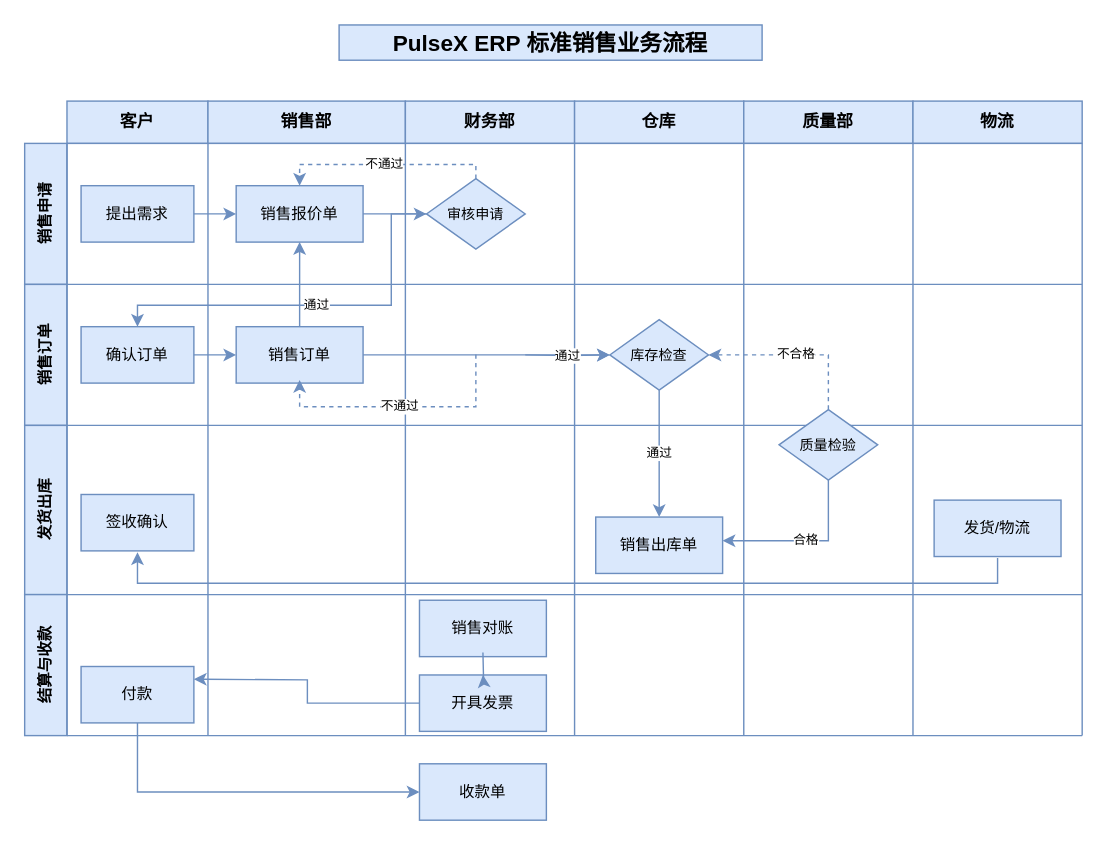
Davidcircle/first_code keeps this draw.io diagram as 标准采购流程.drawio. Above is the earlier version. Source tidied: cells renumbered, new cells numbered last; positions are measured from the earlier drawing's top-left corner, leaving out a move shared by most shapes. Both pictures are drawn from the tidied source at 141%, with x=0, y=0 at pixel (24, 24).
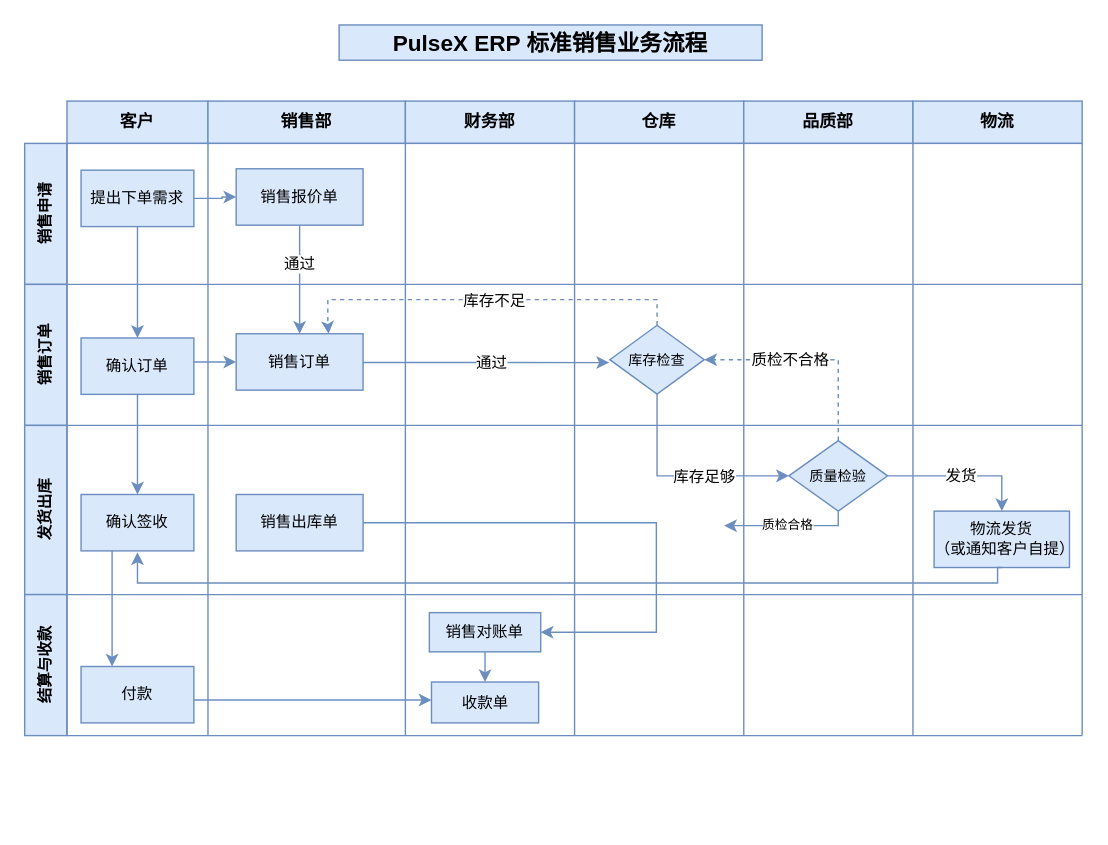
Above is the later version.

Commit message:
更新标准采购流程.drawio

The change refers to these unchanged cells:
```xml
<mxCell id="38" value="付款" style="rounded=0;whiteSpace=wrap;html=1;fillColor=#dae8fc;strokeColor=#6c8ebf;fontSize=11;" parent="1" vertex="1">
  <mxGeometry x="40" y="455.2" width="80" height="40" as="geometry" />
</mxCell>
```

Diff of the diagram source:
```diff
@@
-    <mxCell id="7" value="质量部" style="rounded=0;whiteSpace=wrap;html=1;fillColor=#dae8fc;strokeColor=#6c8ebf;fontSize=12;fontStyle=1;" parent="1" vertex="1">
+    <mxCell id="7" value="品质部" style="rounded=0;whiteSpace=wrap;html=1;fillColor=#dae8fc;strokeColor=#6c8ebf;fontSize=12;fontStyle=1;" parent="1" vertex="1">
       <mxGeometry x="510" y="54.2" width="120" height="30" as="geometry" />
     </mxCell>
@@
+    <mxCell id="55" style="edgeStyle=orthogonalEdgeStyle;rounded=0;jettySize=auto;html=1;entryX=0.5;entryY=0;entryDx=0;entryDy=0;fillColor=#dae8fc;strokeColor=#6c8ebf;" parent="1" edge="1" source="25" target="28">
+      <mxGeometry relative="1" as="geometry" />
+    </mxCell>
-    <mxCell id="25" value="提出需求" style="rounded=0;whiteSpace=wrap;html=1;fillColor=#dae8fc;strokeColor=#6c8ebf;fontSize=11;" parent="1" vertex="1">
-      <mxGeometry x="40" y="114.2" width="80" height="40" as="geometry" />
+    <mxCell id="25" value="提出下单需求" style="rounded=0;whiteSpace=wrap;html=1;fillColor=#dae8fc;strokeColor=#6c8ebf;fontSize=11;" parent="1" vertex="1">
+      <mxGeometry x="40" y="103.2" width="80" height="40" as="geometry" />
     </mxCell>
+    <mxCell id="56" style="edgeStyle=orthogonalEdgeStyle;rounded=0;jettySize=auto;html=1;entryX=0.5;entryY=0;entryDx=0;entryDy=0;fillColor=#dae8fc;strokeColor=#6c8ebf;" parent="1" edge="1" source="26" target="30">
+      <mxGeometry relative="1" as="geometry" />
+    </mxCell>
+    <mxCell id="57" value="通过" style="edgeLabel;html=1;align=center;verticalAlign=middle;" parent="56" vertex="1">
+      <mxGeometry x="-0.29" y="-1" relative="1" as="geometry" />
+    </mxCell>
     <mxCell id="26" value="销售报价单" style="rounded=0;whiteSpace=wrap;html=1;fillColor=#dae8fc;strokeColor=#6c8ebf;fontSize=11;" parent="1" vertex="1">
-      <mxGeometry x="150" y="114.2" width="90" height="40" as="geometry" />
+      <mxGeometry x="150" y="102.2" width="90" height="40" as="geometry" />
     </mxCell>
-    <mxCell id="27" value="审核申请" style="rhombus;whiteSpace=wrap;html=1;fillColor=#dae8fc;strokeColor=#6c8ebf;fontSize=10;" parent="1" vertex="1">
-      <mxGeometry x="285" y="109.2" width="70" height="50" as="geometry" />
-    </mxCell>
+    <mxCell id="58" style="edgeStyle=orthogonalEdgeStyle;rounded=0;jettySize=auto;html=1;fillColor=#dae8fc;strokeColor=#6c8ebf;" parent="1" edge="1" source="28" target="35">
+      <mxGeometry relative="1" as="geometry" />
+    </mxCell>
     <mxCell id="28" value="确认订单" style="rounded=0;whiteSpace=wrap;html=1;fillColor=#dae8fc;strokeColor=#6c8ebf;fontSize=11;" parent="1" vertex="1">
-      <mxGeometry x="40" y="214.2" width="80" height="40" as="geometry" />
+      <mxGeometry x="40" y="222.2" width="80" height="40" as="geometry" />
     </mxCell>
-    <mxCell id="29" style="edgeStyle=orthogonalEdgeStyle;rounded=0;jettySize=auto;html=1;fillColor=#dae8fc;strokeColor=#6c8ebf;" parent="1" edge="1" source="30" target="26">
-      <mxGeometry relative="1" as="geometry" />
-    </mxCell>
     <mxCell id="30" value="销售订单" style="rounded=0;whiteSpace=wrap;html=1;fillColor=#dae8fc;strokeColor=#6c8ebf;fontSize=11;" parent="1" vertex="1">
-      <mxGeometry x="150" y="214.2" width="90" height="40" as="geometry" />
+      <mxGeometry x="150" y="219.2" width="90" height="40" as="geometry" />
     </mxCell>
+    <mxCell id="59" style="edgeStyle=orthogonalEdgeStyle;rounded=0;jettySize=auto;html=1;dashed=1;fillColor=#dae8fc;strokeColor=#6c8ebf;entryX=0.75;entryY=0;entryDx=0;entryDy=0;exitX=0.5;exitY=0;exitDx=0;exitDy=0;" parent="1" edge="1" source="31">
+      <mxGeometry relative="1" as="geometry">
+        <mxPoint x="215.5" y="219.2" as="targetPoint" />
+        <Array as="points">
+          <mxPoint x="449" y="195" />
+          <mxPoint x="215" y="195" />
+          <mxPoint x="215" y="213" />
+          <mxPoint x="216" y="213" />
+        </Array>
+      </mxGeometry>
+    </mxCell>
+    <mxCell id="60" value="库存不足" style="edgeLabel;html=1;align=center;verticalAlign=middle;" parent="59" vertex="1">
+      <mxGeometry x="-0.27" y="2" relative="1" as="geometry">
+        <mxPoint x="-33" y="-2" as="offset" />
+      </mxGeometry>
+    </mxCell>
     <mxCell id="31" value="库存检查" style="rhombus;whiteSpace=wrap;html=1;fillColor=#dae8fc;strokeColor=#6c8ebf;fontSize=10;" parent="1" vertex="1">
-      <mxGeometry x="415" y="209.2" width="70" height="50" as="geometry" />
+      <mxGeometry x="415" y="213.2" width="67" height="48.8" as="geometry" />
     </mxCell>
+    <mxCell id="49" style="edgeStyle=orthogonalEdgeStyle;rounded=0;jettySize=auto;html=1;entryX=1;entryY=0.5;entryDx=0;entryDy=0;dashed=1;fillColor=#dae8fc;strokeColor=#6c8ebf;exitX=0.5;exitY=0;exitDx=0;exitDy=0;" parent="1" edge="1" source="32" target="31">
+      <mxGeometry relative="1" as="geometry">
+        <Array as="points">
+          <mxPoint x="577" y="238" />
+        </Array>
+      </mxGeometry>
+    </mxCell>
+    <mxCell id="61" value="质检不合格" style="edgeLabel;html=1;align=center;verticalAlign=middle;" parent="49" vertex="1">
+      <mxGeometry x="0.08" y="-4" relative="1" as="geometry">
+        <mxPoint x="-10" y="4" as="offset" />
+      </mxGeometry>
+    </mxCell>
+    <mxCell id="62" style="edgeStyle=orthogonalEdgeStyle;rounded=0;jettySize=auto;html=1;entryX=0.5;entryY=0;entryDx=0;entryDy=0;fillColor=#dae8fc;strokeColor=#6c8ebf;" parent="1" edge="1" source="32" target="34">
+      <mxGeometry relative="1" as="geometry" />
+    </mxCell>
+    <mxCell id="63" value="发货" style="edgeLabel;html=1;align=center;verticalAlign=middle;" parent="62" vertex="1">
+      <mxGeometry x="-0.04" y="1" relative="1" as="geometry" />
+    </mxCell>
     <mxCell id="32" value="质量检验" style="rhombus;whiteSpace=wrap;html=1;fillColor=#dae8fc;strokeColor=#6c8ebf;fontSize=10;" parent="1" vertex="1">
-      <mxGeometry x="535" y="273" width="70" height="50" as="geometry" />
+      <mxGeometry x="542" y="295" width="70" height="50" as="geometry" />
     </mxCell>
+    <mxCell id="64" style="edgeStyle=orthogonalEdgeStyle;rounded=0;jettySize=auto;html=1;entryX=1;entryY=0.5;entryDx=0;entryDy=0;fillColor=#dae8fc;strokeColor=#6c8ebf;" parent="1" edge="1" source="33" target="36">
+      <mxGeometry relative="1" as="geometry">
+        <Array as="points">
+          <mxPoint x="448" y="431" />
+        </Array>
+      </mxGeometry>
+    </mxCell>
     <mxCell id="33" value="销售出库单" style="rounded=0;whiteSpace=wrap;html=1;fillColor=#dae8fc;strokeColor=#6c8ebf;fontSize=11;" parent="1" vertex="1">
-      <mxGeometry x="405" y="349.2" width="90" height="40" as="geometry" />
+      <mxGeometry x="150" y="333.2" width="90" height="40" as="geometry" />
     </mxCell>
-    <mxCell id="34" value="发货/物流" style="rounded=0;whiteSpace=wrap;html=1;fillColor=#dae8fc;strokeColor=#6c8ebf;fontSize=11;" parent="1" vertex="1">
-      <mxGeometry x="645" y="337.2" width="90" height="40" as="geometry" />
+    <mxCell id="34" value="物流发货&lt;div&gt;（或通知客户自提）&lt;/div&gt;" style="rounded=0;whiteSpace=wrap;html=1;fillColor=#dae8fc;strokeColor=#6c8ebf;fontSize=11;" parent="1" vertex="1">
+      <mxGeometry x="645" y="345" width="96" height="40" as="geometry" />
     </mxCell>
+    <mxCell id="65" style="edgeStyle=orthogonalEdgeStyle;rounded=0;orthogonalLoop=1;jettySize=auto;html=1;fillColor=#dae8fc;strokeColor=#6c8ebf;" parent="1" edge="1">
+      <mxGeometry relative="1" as="geometry">
+        <mxPoint x="62" y="373.2" as="sourcePoint" />
+        <mxPoint x="62" y="455.2" as="targetPoint" />
+      </mxGeometry>
+    </mxCell>
-    <mxCell id="35" value="签收确认" style="rounded=0;whiteSpace=wrap;html=1;fillColor=#dae8fc;strokeColor=#6c8ebf;fontSize=11;" parent="1" vertex="1">
+    <mxCell id="35" value="确认签收" style="rounded=0;whiteSpace=wrap;html=1;fillColor=#dae8fc;strokeColor=#6c8ebf;fontSize=11;" parent="1" vertex="1">
       <mxGeometry x="40" y="333.2" width="80" height="40" as="geometry" />
     </mxCell>
+    <mxCell id="66" style="edgeStyle=orthogonalEdgeStyle;rounded=0;jettySize=auto;html=1;fillColor=#dae8fc;strokeColor=#6c8ebf;" parent="1" edge="1" source="36" target="39">
+      <mxGeometry relative="1" as="geometry" />
+    </mxCell>
-    <mxCell id="36" value="销售对账" style="rounded=0;whiteSpace=wrap;html=1;fillColor=#dae8fc;strokeColor=#6c8ebf;fontSize=11;" parent="1" vertex="1">
-      <mxGeometry x="280" y="408.2" width="90" height="40" as="geometry" />
+    <mxCell id="36" value="销售对账单" style="rounded=0;whiteSpace=wrap;html=1;fillColor=#dae8fc;strokeColor=#6c8ebf;fontSize=11;" parent="1" vertex="1">
+      <mxGeometry x="287" y="417" width="79" height="27.8" as="geometry" />
     </mxCell>
-    <mxCell id="37" value="开具发票" style="rounded=0;whiteSpace=wrap;html=1;fillColor=#dae8fc;strokeColor=#6c8ebf;fontSize=11;" parent="1" vertex="1">
-      <mxGeometry x="280" y="461.2" width="90" height="40" as="geometry" />
-    </mxCell>
@@
     <mxCell id="39" value="收款单" style="rounded=0;whiteSpace=wrap;html=1;fillColor=#dae8fc;strokeColor=#6c8ebf;fontSize=11;" parent="1" vertex="1">
-      <mxGeometry x="280" y="524.2" width="90" height="40" as="geometry" />
+      <mxGeometry x="288.5" y="466.2" width="76" height="29" as="geometry" />
     </mxCell>
@@
-    <mxCell id="41" style="edgeStyle=orthogonalEdgeStyle;rounded=0;jettySize=auto;html=1;strokeColor=#6c8ebf;strokeWidth=1;endArrow=classic;fillColor=#dae8fc;" parent="1" edge="1" source="26" target="27">
-      <mxGeometry relative="1" as="geometry" />
-    </mxCell>
-    <mxCell id="42" value="不通过" style="edgeStyle=orthogonalEdgeStyle;rounded=0;jettySize=auto;html=1;strokeColor=#6c8ebf;strokeWidth=1;dashed=1;endArrow=classic;fontSize=9;exitX=0.5;exitY=0;exitDx=0;exitDy=0;entryX=0.5;entryY=0;entryDx=0;entryDy=0;fillColor=#dae8fc;" parent="1" edge="1" source="27" target="26">
-      <mxGeometry relative="1" as="geometry">
-        <Array as="points">
-          <mxPoint x="320" y="99.2" />
-          <mxPoint x="195" y="99.2" />
-        </Array>
-      </mxGeometry>
-    </mxCell>
-    <mxCell id="43" value="通过" style="edgeStyle=orthogonalEdgeStyle;rounded=0;jettySize=auto;html=1;strokeColor=#6c8ebf;strokeWidth=1;endArrow=classic;fontSize=9;exitX=0;exitY=0.5;exitDx=0;exitDy=0;fillColor=#dae8fc;" parent="1" edge="1" source="27" target="28">
-      <mxGeometry relative="1" as="geometry">
-        <Array as="points">
-          <mxPoint x="260" y="134" />
-          <mxPoint x="260" y="199" />
-          <mxPoint x="80" y="199" />
-        </Array>
-      </mxGeometry>
-    </mxCell>
-    <mxCell id="44" style="edgeStyle=orthogonalEdgeStyle;rounded=0;jettySize=auto;html=1;strokeColor=#6c8ebf;strokeWidth=1;endArrow=classic;fillColor=#dae8fc;" parent="1" edge="1" source="28" target="30">
-      <mxGeometry relative="1" as="geometry" />
+    <mxCell id="44" style="edgeStyle=orthogonalEdgeStyle;rounded=0;jettySize=auto;html=1;strokeColor=#6c8ebf;strokeWidth=1;endArrow=classic;fillColor=#dae8fc;entryX=0;entryY=0.5;entryDx=0;entryDy=0;" parent="1" edge="1" target="30">
+      <mxGeometry relative="1" as="geometry">
+        <mxPoint x="120" y="239.2" as="sourcePoint" />
+      </mxGeometry>
     </mxCell>
-    <mxCell id="45" style="edgeStyle=orthogonalEdgeStyle;rounded=0;jettySize=auto;html=1;strokeColor=#6c8ebf;strokeWidth=1;endArrow=classic;entryX=0;entryY=0.5;entryDx=0;entryDy=0;fillColor=#dae8fc;" parent="1" edge="1" source="30" target="31">
-      <mxGeometry relative="1" as="geometry" />
-    </mxCell>
-    <mxCell id="46" value="通过" style="edgeStyle=orthogonalEdgeStyle;rounded=0;jettySize=auto;html=1;strokeColor=#6c8ebf;strokeWidth=1;endArrow=classic;fontSize=9;fillColor=#dae8fc;" parent="1" edge="1" target="31">
-      <mxGeometry relative="1" as="geometry">
-        <mxPoint x="355" y="234.2" as="sourcePoint" />
-      </mxGeometry>
-    </mxCell>
-    <mxCell id="47" value="不通过" style="edgeStyle=orthogonalEdgeStyle;rounded=0;orthogonalLoop=1;jettySize=auto;html=1;strokeColor=#6c8ebf;strokeWidth=1;dashed=1;endArrow=classic;fontSize=9;fillColor=#dae8fc;" parent="1" edge="1">
-      <mxGeometry relative="1" as="geometry">
-        <mxPoint x="320" y="234" as="sourcePoint" />
-        <mxPoint x="195" y="252" as="targetPoint" />
-        <Array as="points">
-          <mxPoint x="320" y="271" />
-          <mxPoint x="195" y="271" />
-        </Array>
-      </mxGeometry>
-    </mxCell>
-    <mxCell id="48" value="通过" style="edgeStyle=orthogonalEdgeStyle;rounded=0;jettySize=auto;html=1;strokeColor=#6c8ebf;strokeWidth=1;endArrow=classic;fontSize=9;exitX=0.5;exitY=1;exitDx=0;exitDy=0;entryX=0.5;entryY=0;entryDx=0;entryDy=0;fillColor=#dae8fc;" parent="1" edge="1" source="31" target="33">
+    <mxCell id="48" style="edgeStyle=orthogonalEdgeStyle;rounded=0;jettySize=auto;html=1;strokeColor=#6c8ebf;strokeWidth=1;endArrow=classic;fontSize=9;exitX=0.5;exitY=1;exitDx=0;exitDy=0;entryX=0;entryY=0.5;entryDx=0;entryDy=0;fillColor=#dae8fc;" parent="1" edge="1" source="31" target="32">
       <mxGeometry relative="1" as="geometry" />
     </mxCell>
-    <mxCell id="49" value="不合格" style="edgeStyle=orthogonalEdgeStyle;rounded=0;jettySize=auto;html=1;strokeColor=#6c8ebf;strokeWidth=1;dashed=1;endArrow=classic;fontSize=9;exitX=0.5;exitY=0;exitDx=0;exitDy=0;entryX=1;entryY=0.5;entryDx=0;entryDy=0;fillColor=#dae8fc;" parent="1" edge="1" source="32" target="31">
-      <mxGeometry relative="1" as="geometry">
-        <Array as="points">
-          <mxPoint x="570" y="234" />
-        </Array>
-      </mxGeometry>
-    </mxCell>
+    <mxCell id="67" value="库存足够" style="edgeLabel;html=1;align=center;verticalAlign=middle;" parent="48" vertex="1">
+      <mxGeometry x="0.05" y="1" relative="1" as="geometry">
+        <mxPoint x="11" y="1" as="offset" />
+      </mxGeometry>
+    </mxCell>
-    <mxCell id="50" value="合格" style="edgeStyle=orthogonalEdgeStyle;rounded=0;jettySize=auto;html=1;strokeColor=#6c8ebf;strokeWidth=1;endArrow=classic;fontSize=9;exitX=0.5;exitY=1;exitDx=0;exitDy=0;fillColor=#dae8fc;" parent="1" edge="1" source="32" target="33">
+    <mxCell id="50" value="质检合格" style="edgeStyle=orthogonalEdgeStyle;rounded=0;orthogonalLoop=1;jettySize=auto;html=1;strokeColor=#6c8ebf;strokeWidth=1;endArrow=classic;fontSize=9;exitX=0.5;exitY=1;exitDx=0;exitDy=0;fillColor=#dae8fc;entryX=1.001;entryY=0.152;entryDx=0;entryDy=0;entryPerimeter=0;" parent="1" edge="1">
       <mxGeometry relative="1" as="geometry">
+        <mxPoint x="577" y="345" as="sourcePoint" />
+        <mxPoint x="496.1" y="355.3" as="targetPoint" />
         <Array as="points">
-          <mxPoint x="570" y="366" />
+          <mxPoint x="577" y="355" />
         </Array>
       </mxGeometry>
     </mxCell>
-    <mxCell id="51" style="edgeStyle=orthogonalEdgeStyle;rounded=0;orthogonalLoop=1;jettySize=auto;html=1;strokeColor=#6c8ebf;strokeWidth=1;endArrow=classic;fillColor=#dae8fc;" parent="1" edge="1">
+    <mxCell id="51" style="edgeStyle=orthogonalEdgeStyle;rounded=0;jettySize=auto;html=1;strokeColor=#6c8ebf;strokeWidth=1;endArrow=classic;fillColor=#dae8fc;exitX=0.5;exitY=1;exitDx=0;exitDy=0;" parent="1" edge="1" source="34">
       <mxGeometry relative="1" as="geometry">
-        <mxPoint x="690" y="378.2" as="sourcePoint" />
         <mxPoint x="80" y="374.2" as="targetPoint" />
         <Array as="points">
-          <mxPoint x="690" y="396.2" />
-          <mxPoint x="80" y="396.2" />
+          <mxPoint x="690" y="396" />
+          <mxPoint x="80" y="396" />
         </Array>
       </mxGeometry>
     </mxCell>
-    <mxCell id="52" style="edgeStyle=orthogonalEdgeStyle;rounded=0;jettySize=auto;html=1;strokeColor=#6c8ebf;strokeWidth=1;endArrow=classic;fillColor=#dae8fc;" parent="1" edge="1" target="37">
-      <mxGeometry relative="1" as="geometry">
-        <mxPoint x="325" y="445.2" as="sourcePoint" />
-      </mxGeometry>
-    </mxCell>
-    <mxCell id="53" style="edgeStyle=orthogonalEdgeStyle;rounded=0;jettySize=auto;html=1;strokeColor=#6c8ebf;strokeWidth=1;endArrow=classic;fillColor=#dae8fc;" parent="1" edge="1" source="37">
-      <mxGeometry relative="1" as="geometry">
-        <mxPoint x="120" y="464.2" as="targetPoint" />
-      </mxGeometry>
-    </mxCell>
     <mxCell id="54" style="edgeStyle=orthogonalEdgeStyle;rounded=0;jettySize=auto;html=1;strokeColor=#6c8ebf;strokeWidth=1;endArrow=classic;fillColor=#dae8fc;" parent="1" edge="1" source="38" target="39">
       <mxGeometry relative="1" as="geometry">
         <Array as="points">
-          <mxPoint x="80" y="544.2" />
+          <mxPoint x="211" y="479" />
+          <mxPoint x="211" y="479" />
         </Array>
       </mxGeometry>
     </mxCell>
+    <mxCell id="45" style="edgeStyle=orthogonalEdgeStyle;rounded=0;jettySize=auto;html=1;entryX=-0.008;entryY=0.542;entryDx=0;entryDy=0;entryPerimeter=0;fillColor=#dae8fc;strokeColor=#6c8ebf;startSize=6;" parent="1" edge="1" source="30" target="31">
+      <mxGeometry relative="1" as="geometry">
+        <Array as="points">
+          <mxPoint x="326" y="239" />
+        </Array>
+      </mxGeometry>
+    </mxCell>
+    <mxCell id="68" value="通过" style="edgeLabel;html=1;align=center;verticalAlign=middle;" parent="45" vertex="1">
+      <mxGeometry x="0.21" y="1" relative="1" as="geometry">
+        <mxPoint x="-16" y="1" as="offset" />
+      </mxGeometry>
+    </mxCell>
```
